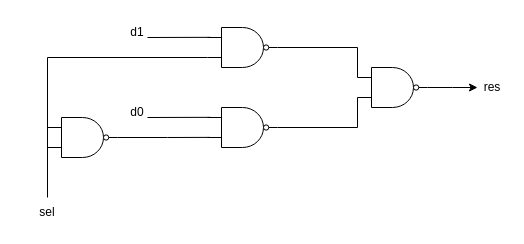
Earlier version of the draw.io diagram Untitled Diagram.drawio (ofek512/MatamStory). Source tidied: cells renumbered, new cells numbered last; positions are measured from the earlier drawing's top-left corner, leaving out a move shared by most shapes. Both pictures are drawn from the tidied source at 100%, with x=0, y=0 at pixel (17, 17).
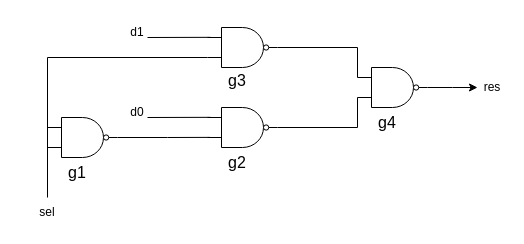
Above is the later version.

Change to the diagram source:
```diff
@@
+    <mxCell id="20" value="g1" style="text;strokeColor=none;align=center;fillColor=none;html=1;verticalAlign=middle;whiteSpace=wrap;rounded=0;fontSize=16;" parent="1" vertex="1">
+      <mxGeometry x="30" y="140" width="60" height="30" as="geometry" />
+    </mxCell>
+    <mxCell id="21" value="g2" style="text;strokeColor=none;align=center;fillColor=none;html=1;verticalAlign=middle;whiteSpace=wrap;rounded=0;fontSize=16;" parent="1" vertex="1">
+      <mxGeometry x="190" y="130" width="60" height="30" as="geometry" />
+    </mxCell>
+    <mxCell id="22" value="g3" style="text;strokeColor=none;align=center;fillColor=none;html=1;verticalAlign=middle;whiteSpace=wrap;rounded=0;fontSize=16;" parent="1" vertex="1">
+      <mxGeometry x="190" y="47.5" width="60" height="30" as="geometry" />
+    </mxCell>
+    <mxCell id="23" value="g4" style="text;strokeColor=none;align=center;fillColor=none;html=1;verticalAlign=middle;whiteSpace=wrap;rounded=0;fontSize=16;" parent="1" vertex="1">
+      <mxGeometry x="340" y="90" width="60" height="30" as="geometry" />
+    </mxCell>
```
